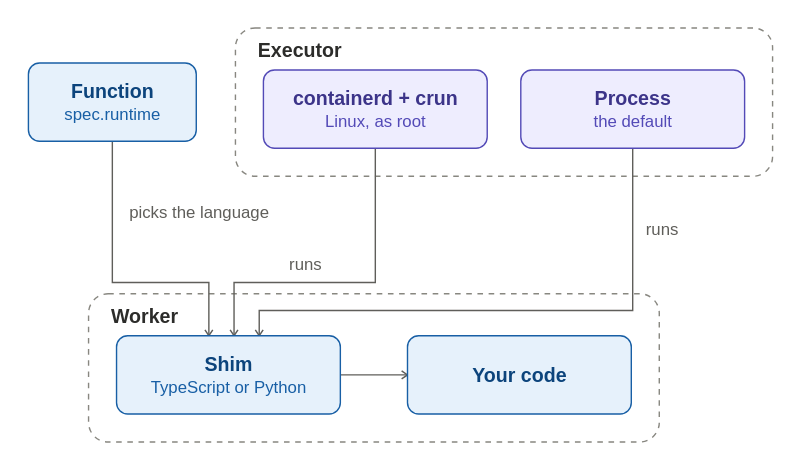
Earlier version of the draw.io export docs/guide/platform/workloads/runtime.drawio.svg (pyvvo/funcd). Source tidied: cells renumbered, new cells last; positions are measured from the earlier drawing's top-left corner, leaving out a move shared by most shapes.
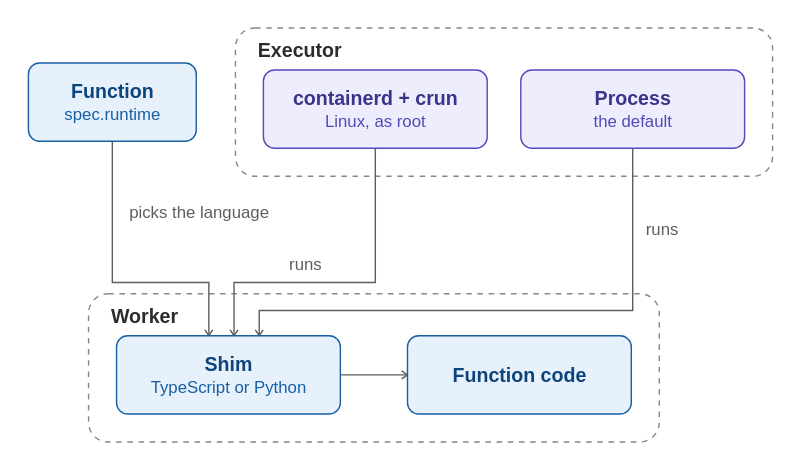
Later version of the same file.

The edit, as a diff of the source:
```diff
@@ -20,7 +20,7 @@
     <mxCell id="7" value="&lt;b&gt;Shim&lt;/b&gt;&lt;br&gt;&lt;font style=&quot;font-size:12px&quot; color=&quot;#185FA5&quot;&gt;TypeScript or Python&lt;/font&gt;" style="rounded=1;absoluteArcSize=1;arcSize=16;whiteSpace=wrap;html=1;fillColor=#E6F1FB;strokeColor=#185FA5;fontColor=#0C447C;fontSize=14;" parent="6" vertex="1">
       <mxGeometry x="20" y="30" width="160" height="56" as="geometry" />
     </mxCell>
-    <mxCell id="8" value="&lt;b&gt;Your code&lt;/b&gt;" style="rounded=1;absoluteArcSize=1;arcSize=16;whiteSpace=wrap;html=1;fillColor=#E6F1FB;strokeColor=#185FA5;fontColor=#0C447C;fontSize=14;" parent="6" vertex="1">
+    <mxCell id="8" value="&lt;b&gt;Function code&lt;/b&gt;" style="rounded=1;absoluteArcSize=1;arcSize=16;whiteSpace=wrap;html=1;fillColor=#E6F1FB;strokeColor=#185FA5;fontColor=#0C447C;fontSize=14;" parent="6" vertex="1">
       <mxGeometry x="228" y="30" width="160" height="56" as="geometry" />
     </mxCell>
     <mxCell id="9" value="picks the language" style="edgeStyle=orthogonalEdgeStyle;rounded=0;html=1;jettySize=auto;strokeColor=#5F5E5A;fontColor=#5F5E5A;fontSize=12;labelBackgroundColor=#FFFFFF;endSize=7;endArrow=open;endFill=0;exitX=0.5;exitY=1;exitDx=0;exitDy=0;exitPerimeter=0;entryX=0.412;entryY=0;entryDx=0;entryDy=0;entryPerimeter=0;" parent="1" edge="1" source="2" target="7">
```
